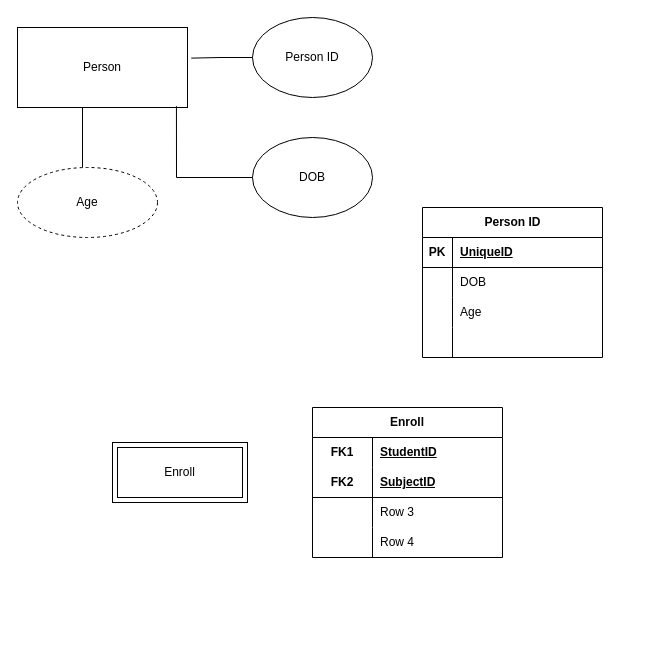
Before: database_1.drawio in i4GS/test, a draw.io diagram. Source tidied: cells renumbered, new cells numbered last; positions are measured from the earlier drawing's top-left corner, leaving out a move shared by most shapes. Both pictures are drawn from the tidied source at 100%, with x=0, y=0 at pixel (17, 17).
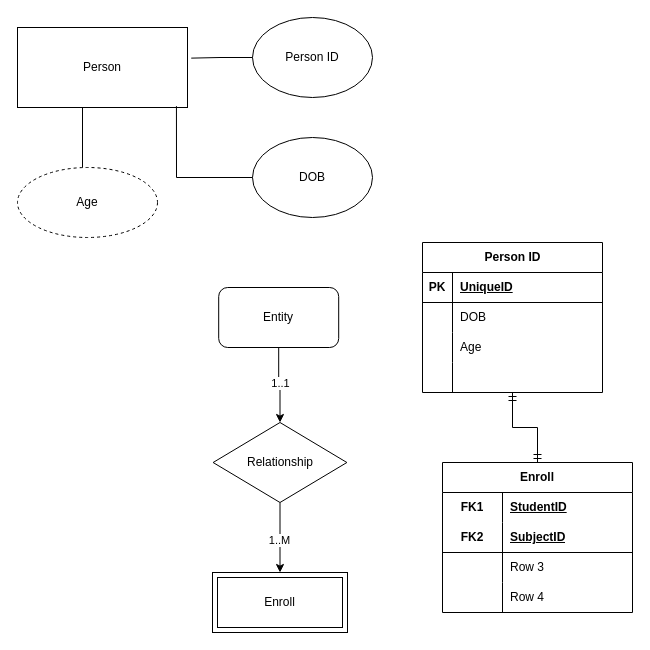
Above is the later version.

What changed in the source:
```diff
@@
+    <mxCell id="36" style="edgeStyle=orthogonalEdgeStyle;rounded=0;jettySize=auto;html=1;startArrow=ERmandOne;startFill=0;endArrow=ERmandOne;endFill=0;" parent="1" edge="1" source="9" target="22">
+      <mxGeometry relative="1" as="geometry" />
+    </mxCell>
     <mxCell id="9" value="Person ID" style="shape=table;startSize=30;childLayout=tableLayout;rowLines=0;fontStyle=1;align=center;html=1;" parent="1" vertex="1">
-      <mxGeometry x="405" y="190" width="180" height="150" as="geometry" />
+      <mxGeometry x="405" y="225" width="180" height="150" as="geometry" />
     </mxCell>
@@
     <mxCell id="22" value="Enroll" style="shape=table;startSize=30;childLayout=tableLayout;rowLines=0;fontStyle=1;align=center;html=1;whiteSpace=wrap;" parent="1" vertex="1">
-      <mxGeometry x="295" y="390" width="190" height="150" as="geometry" />
+      <mxGeometry x="425" y="445" width="190" height="150" as="geometry" />
     </mxCell>
@@
     <mxCell id="35" value="Enroll" style="shape=ext;margin=3;double=1;whiteSpace=wrap;html=1;align=center;" parent="1" vertex="1">
-      <mxGeometry x="95" y="425" width="135" height="60" as="geometry" />
+      <mxGeometry x="195" y="555" width="135" height="60" as="geometry" />
     </mxCell>
+    <mxCell id="37" style="edgeStyle=orthogonalEdgeStyle;rounded=0;jettySize=auto;html=1;entryX=0.5;entryY=0;entryDx=0;entryDy=0;" parent="1" edge="1" source="39" target="42">
+      <mxGeometry relative="1" as="geometry" />
+    </mxCell>
+    <mxCell id="38" value="1..1" style="edgeLabel;html=1;align=center;verticalAlign=middle;" parent="37" vertex="1">
+      <mxGeometry x="-0.07" y="1" relative="1" as="geometry" />
+    </mxCell>
+    <mxCell id="39" value="Entity" style="rounded=1;whiteSpace=wrap;html=1;" parent="1" vertex="1">
+      <mxGeometry x="201.2" y="270" width="120" height="60" as="geometry" />
+    </mxCell>
+    <mxCell id="40" style="edgeStyle=orthogonalEdgeStyle;rounded=0;jettySize=auto;html=1;entryX=0.5;entryY=0;entryDx=0;entryDy=0;" parent="1" edge="1" source="42" target="35">
+      <mxGeometry relative="1" as="geometry" />
+    </mxCell>
+    <mxCell id="41" value="1..M" style="edgeLabel;html=1;align=center;verticalAlign=middle;" parent="40" vertex="1">
+      <mxGeometry x="-0.05" y="-1" relative="1" as="geometry">
+        <mxPoint y="4" as="offset" />
+      </mxGeometry>
+    </mxCell>
+    <mxCell id="42" value="Relationship" style="rhombus;whiteSpace=wrap;html=1;" parent="1" vertex="1">
+      <mxGeometry x="195.6" y="405" width="133.8" height="80" as="geometry" />
+    </mxCell>
```
